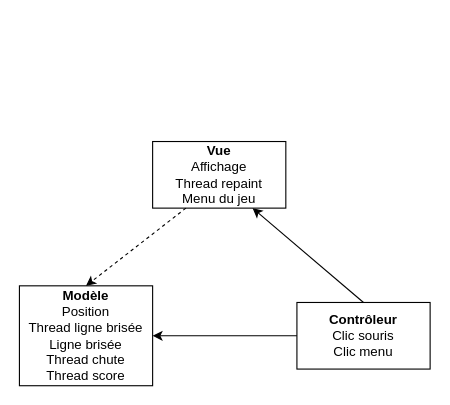
Before: ressources/MVCCircle.drawio in SushiAtomiqueUPS/PCII_ProjetTutore, a draw.io diagram. Source tidied: cells renumbered, new cells numbered last; positions are measured from the earlier drawing's top-left corner, leaving out a move shared by most shapes. Both pictures are drawn from the tidied source at 111%, with x=0, y=0 at pixel (19, 141).
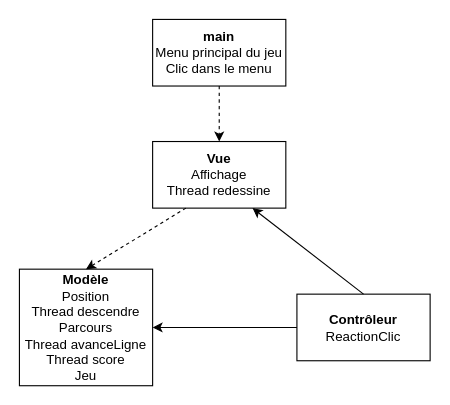
The same diagram, later.

What changed in the source:
```diff
@@
 <mxGraphModel>
   <root>
     <mxCell id="0" />
     <mxCell id="1" parent="0" />
-    <mxCell id="2" value="&lt;b&gt;Vue&lt;/b&gt;&lt;br&gt;Affichage&lt;br&gt;Thread repaint&lt;br&gt;&lt;span style=&quot;white-space: pre;&quot;&gt;Menu du jeu&lt;/span&gt;&lt;br&gt;" style="rounded=0;whiteSpace=wrap;html=1;" parent="1" vertex="1">
+    <mxCell id="2" value="&lt;b&gt;Vue&lt;/b&gt;&lt;br&gt;Affichage&lt;br&gt;Thread redessine" style="rounded=0;whiteSpace=wrap;html=1;" parent="1" vertex="1">
       <mxGeometry x="120" width="120" height="60" as="geometry" />
     </mxCell>
-    <mxCell id="3" value="&lt;b&gt;Contrôleur&lt;/b&gt;&lt;br&gt;Clic souris&lt;br&gt;Clic menu" style="rounded=0;whiteSpace=wrap;html=1;" parent="1" vertex="1">
-      <mxGeometry x="250" y="145" width="120" height="60" as="geometry" />
+    <mxCell id="3" value="&lt;b&gt;Contrôleur&lt;/b&gt;&lt;br&gt;ReactionClic" style="rounded=0;whiteSpace=wrap;html=1;" parent="1" vertex="1">
+      <mxGeometry x="250" y="137.5" width="120" height="60" as="geometry" />
     </mxCell>
-    <mxCell id="4" value="&lt;b&gt;Modèle&lt;/b&gt;&lt;br&gt;Position&lt;br&gt;Thread ligne brisée&lt;br&gt;Ligne brisée&lt;br&gt;Thread chute&lt;br&gt;Thread score" style="rounded=0;whiteSpace=wrap;html=1;" parent="1" vertex="1">
-      <mxGeometry y="130" width="120" height="90" as="geometry" />
+    <mxCell id="4" value="&lt;b&gt;Modèle&lt;/b&gt;&lt;br&gt;Position&lt;br&gt;Thread descendre&lt;br&gt;Parcours&lt;br&gt;Thread avanceLigne&lt;br&gt;Thread score&lt;br&gt;Jeu" style="rounded=0;whiteSpace=wrap;html=1;" parent="1" vertex="1">
+      <mxGeometry y="115" width="120" height="105" as="geometry" />
     </mxCell>
     <mxCell id="5" style="endArrow=classic;html=1;rounded=0;entryX=0.75;entryY=1;entryDx=0;entryDy=0;exitX=0.5;exitY=0;exitDx=0;exitDy=0;" parent="1" edge="1" source="3" target="2">
       <mxGeometry relative="1" as="geometry" />
     </mxCell>
     <mxCell id="6" style="endArrow=classic;html=1;rounded=0;exitX=0;exitY=0.5;exitDx=0;exitDy=0;" parent="1" edge="1" source="3" target="4">
       <mxGeometry relative="1" as="geometry" />
     </mxCell>
     <mxCell id="7" style="endArrow=classic;html=1;rounded=0;exitX=0.25;exitY=1;exitDx=0;exitDy=0;entryX=0.5;entryY=0;entryDx=0;entryDy=0;dashed=1;" parent="1" edge="1" source="2" target="4">
       <mxGeometry relative="1" as="geometry" />
     </mxCell>
+    <mxCell id="8" style="edgeStyle=orthogonalEdgeStyle;rounded=0;jettySize=auto;html=1;entryX=0.5;entryY=0;entryDx=0;entryDy=0;dashed=1;" parent="1" edge="1" source="9" target="2">
+      <mxGeometry relative="1" as="geometry" />
+    </mxCell>
+    <mxCell id="9" value="&lt;b&gt;main&lt;/b&gt;&lt;br&gt;&lt;span style=&quot;white-space: pre;&quot;&gt;Menu principal du jeu&lt;br/&gt;&lt;/span&gt;Clic dans le menu" style="rounded=0;whiteSpace=wrap;html=1;" parent="1" vertex="1">
+      <mxGeometry x="120" y="-110" width="120" height="60" as="geometry" />
+    </mxCell>
   </root>
 </mxGraphModel>
```
